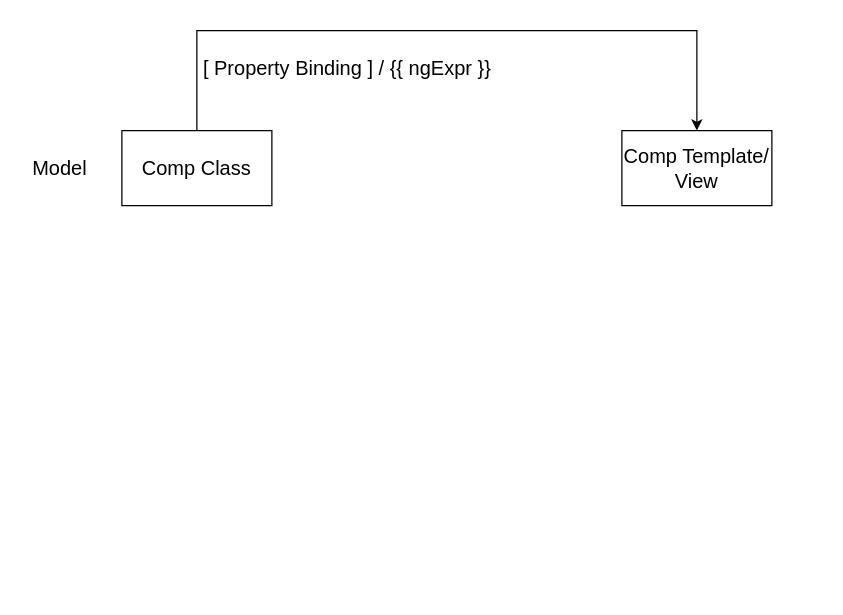
Earlier version of the draw.io diagram page "Page-6" (6 of 6) of refs/diagrams.drawio (synergy2411/citius-jan22). Source tidied: cells renumbered, new cells numbered last; positions are measured from the earlier drawing's top-left corner, leaving out a move shared by most shapes. Both pictures are drawn from the tidied source at 125%, with x=0, y=0 at pixel (21, 30).
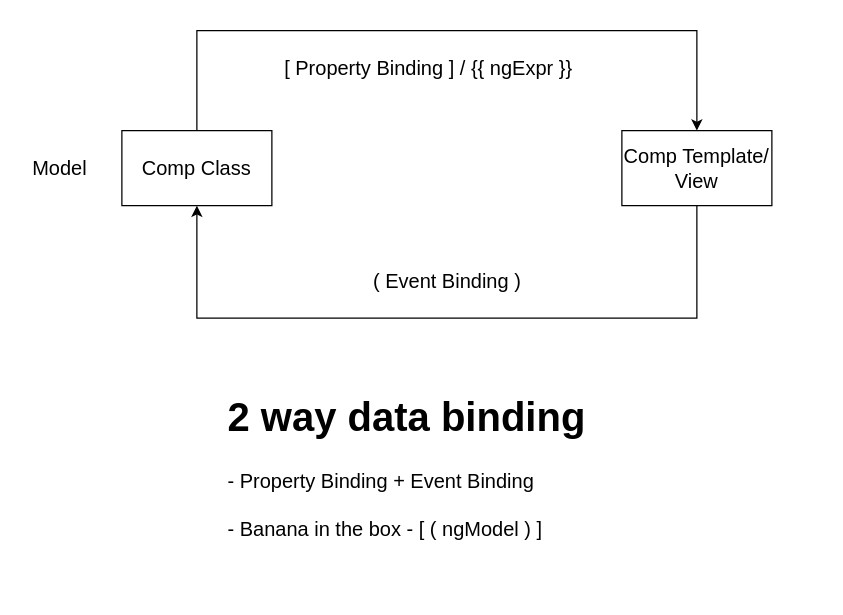
The same page after the edit.

Commit message (it also covers changes not shown here):
data binding added

Change to the diagram source:
```diff
@@
 <mxGraphModel>
   <root>
     <mxCell id="0" />
     <mxCell id="1" parent="0" />
     <mxCell id="2" style="edgeStyle=orthogonalEdgeStyle;rounded=0;jettySize=auto;html=1;exitX=0.5;exitY=0;exitDx=0;exitDy=0;entryX=0.5;entryY=0;entryDx=0;entryDy=0;fontSize=16;" parent="1" edge="1" source="3" target="4">
       <mxGeometry relative="1" as="geometry">
         <Array as="points">
           <mxPoint x="140" />
           <mxPoint x="540" />
         </Array>
       </mxGeometry>
     </mxCell>
     <mxCell id="3" value="Comp Class" style="rounded=0;whiteSpace=wrap;html=1;fontSize=16;" parent="1" vertex="1">
       <mxGeometry x="80" y="80" width="120" height="60" as="geometry" />
     </mxCell>
+    <mxCell id="7" style="edgeStyle=orthogonalEdgeStyle;rounded=0;jettySize=auto;html=1;exitX=0.5;exitY=1;exitDx=0;exitDy=0;entryX=0.5;entryY=1;entryDx=0;entryDy=0;fontSize=16;" parent="1" edge="1" source="4" target="3">
+      <mxGeometry relative="1" as="geometry">
+        <Array as="points">
+          <mxPoint x="540" y="230" />
+          <mxPoint x="140" y="230" />
+        </Array>
+      </mxGeometry>
+    </mxCell>
     <mxCell id="4" value="Comp Template/ View" style="rounded=0;whiteSpace=wrap;html=1;fontSize=16;" parent="1" vertex="1">
       <mxGeometry x="480" y="80" width="120" height="60" as="geometry" />
     </mxCell>
     <mxCell id="5" value="Model" style="text;html=1;align=center;verticalAlign=middle;strokeColor=none;fillColor=none;fontSize=16;" parent="1" vertex="1">
       <mxGeometry y="100" width="60" height="20" as="geometry" />
     </mxCell>
     <mxCell id="6" value="[ Property Binding ] / {{ ngExpr }}" style="text;html=1;align=center;verticalAlign=middle;strokeColor=none;fillColor=none;fontSize=16;" parent="1" vertex="1">
-      <mxGeometry x="135" y="20" width="250" height="20" as="geometry" />
+      <mxGeometry x="200" y="20" width="250" height="20" as="geometry" />
     </mxCell>
+    <mxCell id="8" value="( Event Binding )" style="text;html=1;align=center;verticalAlign=middle;strokeColor=none;fillColor=none;fontSize=16;" parent="1" vertex="1">
+      <mxGeometry x="275" y="190" width="130" height="20" as="geometry" />
+    </mxCell>
+    <mxCell id="9" value="&lt;h1&gt;2 way data binding&lt;/h1&gt;&lt;div&gt;- Property Binding + Event Binding&lt;/div&gt;&lt;div&gt;&lt;br&gt;&lt;/div&gt;&lt;div&gt;- Banana in the box - [ ( ngModel ) ]&lt;/div&gt;" style="text;html=1;strokeColor=none;fillColor=none;spacing=5;spacingTop=-20;whiteSpace=wrap;overflow=hidden;rounded=0;fontSize=16;" parent="1" vertex="1">
+      <mxGeometry x="160" y="280" width="480" height="170" as="geometry" />
+    </mxCell>
   </root>
 </mxGraphModel>
```
